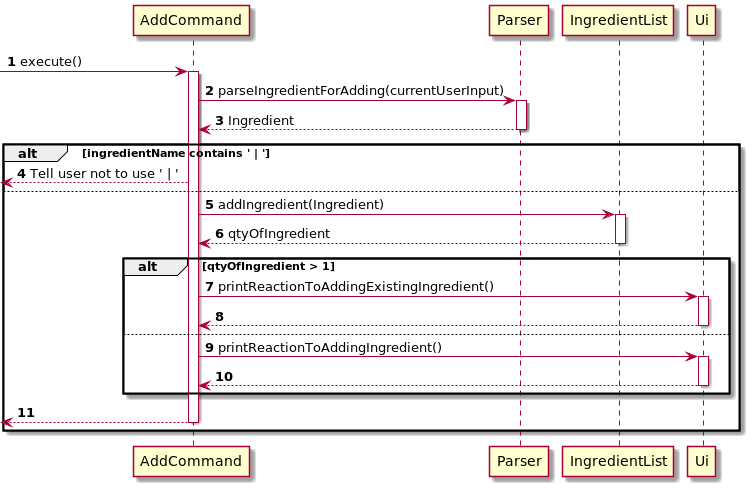
Before: docs/umlDiagrams/AddSequence.png, a diagram exported from PlantUML (uosjapuelks/tp).
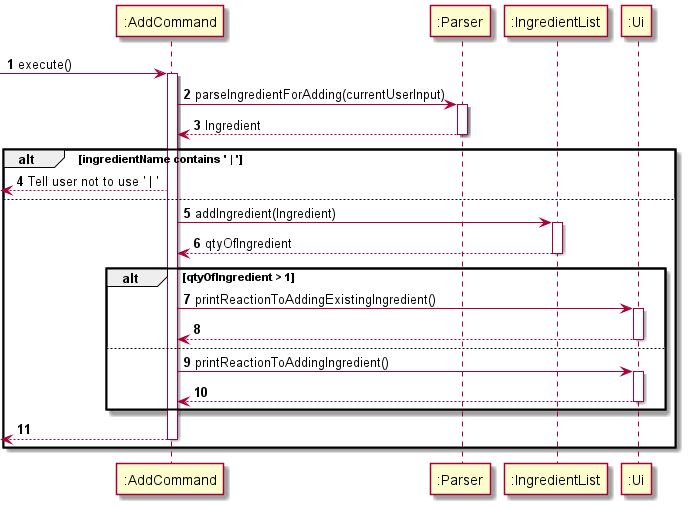
After the commit.

What changed in the source:
```diff
@@ -2,43 +2,43 @@
 
 autonumber
 
--> AddCommand: execute()
-activate AddCommand
+-> ":AddCommand": execute()
+activate ":AddCommand"
 
-AddCommand -> Parser: parseIngredientForAdding(currentUserInput)
-activate Parser
-AddCommand <-- Parser: Ingredient
-deactivate Parser
+":AddCommand" -> ":Parser": parseIngredientForAdding(currentUserInput)
+activate ":Parser"
+":AddCommand" <-- ":Parser": Ingredient
+deactivate ":Parser"
 
 alt ingredientName contains ' | '
 
-    <-- AddCommand: Tell user not to use ' | '
+    <-- ":AddCommand": Tell user not to use ' | '
 
 else
 
-    AddCommand -> IngredientList: addIngredient(Ingredient)
-    activate IngredientList
+    ":AddCommand" -> ":IngredientList": addIngredient(Ingredient)
+    activate ":IngredientList"
 
-    AddCommand <-- IngredientList: qtyOfIngredient
-    deactivate IngredientList
+    ":AddCommand" <-- ":IngredientList": qtyOfIngredient
+    deactivate ":IngredientList"
 
     alt qtyOfIngredient > 1
 
-        AddCommand -> Ui: printReactionToAddingExistingIngredient()
-        activate Ui
-        AddCommand <-- Ui
-        deactivate Ui
+        ":AddCommand" -> ":Ui": printReactionToAddingExistingIngredient()
+        activate ":Ui"
+        ":AddCommand" <-- ":Ui"
+        deactivate ":Ui"
 
     else
-        AddCommand -> Ui: printReactionToAddingIngredient()
-        activate Ui
-        AddCommand <-- Ui
-        deactivate Ui
+        ":AddCommand" -> ":Ui": printReactionToAddingIngredient()
+        activate ":Ui"
+        ":AddCommand" <-- ":Ui"
+        deactivate ":Ui"
 
     end
 
-    <-- AddCommand
-    deactivate AddCommand
+    <-- ":AddCommand"
+    deactivate ":AddCommand"
 end
 
 
```
